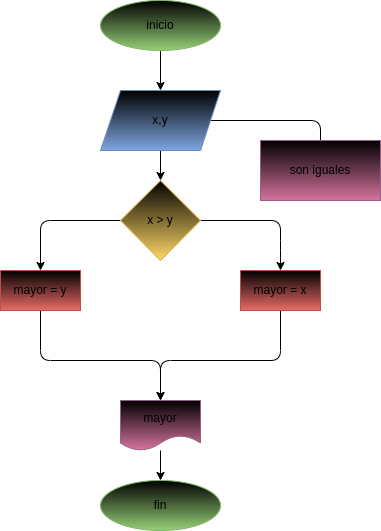
This is diagrama.png from GeorginaCarvajal/mayor_2enteros, a draw.io export, as it was before one commit. Source tidied: cells renumbered, new cells last; positions are measured from the earlier drawing's top-left corner, leaving out a move shared by most shapes.
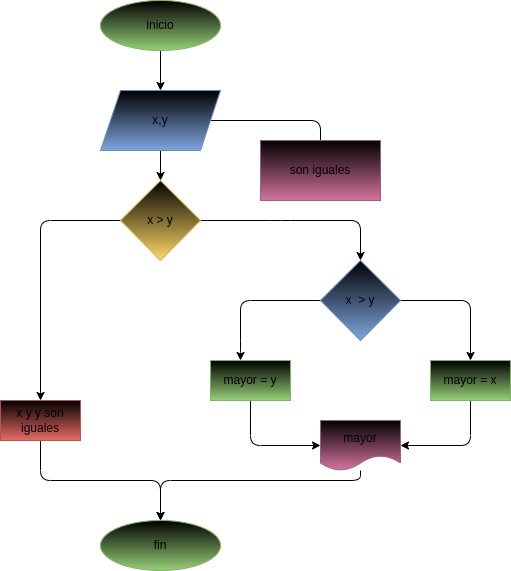
After the change.

Commit message:
se modifico el diagrama

What changed in the source:
```diff
@@ -26,12 +26,11 @@
     <mxCell id="6" value="x,y" style="shape=parallelogram;perimeter=parallelogramPerimeter;whiteSpace=wrap;html=1;fixedSize=1;fillColor=#000000;gradientColor=#7ea6e0;strokeColor=#6c8ebf;" parent="1" vertex="1">
       <mxGeometry x="100" y="90" width="120" height="60" as="geometry" />
     </mxCell>
-    <mxCell id="7" style="edgeStyle=none;html=1;" parent="1" edge="1" source="9">
+    <mxCell id="7" style="edgeStyle=none;html=1;" parent="1" edge="1" source="9" target="20">
       <mxGeometry relative="1" as="geometry">
-        <mxPoint x="280" y="270" as="targetPoint" />
         <Array as="points">
           <mxPoint x="280" y="220" />
-          <mxPoint x="280" y="250" />
+          <mxPoint x="360" y="220" />
         </Array>
       </mxGeometry>
     </mxCell>
@@ -45,41 +44,73 @@
     <mxCell id="9" value="x &amp;gt; y" style="rhombus;whiteSpace=wrap;html=1;fillColor=#000000;gradientColor=#ffd966;strokeColor=#d6b656;" parent="1" vertex="1">
       <mxGeometry x="120" y="180" width="80" height="80" as="geometry" />
     </mxCell>
-    <mxCell id="10" style="edgeStyle=none;html=1;" parent="1" edge="1" source="11">
+    <mxCell id="10" style="edgeStyle=none;html=1;" parent="1" edge="1">
       <mxGeometry relative="1" as="geometry">
-        <mxPoint x="160" y="400" as="targetPoint" />
+        <mxPoint x="320" y="300" as="sourcePoint" />
+        <mxPoint x="240" y="360" as="targetPoint" />
         <Array as="points">
-          <mxPoint x="280" y="360" />
-          <mxPoint x="160" y="360" />
+          <mxPoint x="240" y="300" />
+          <mxPoint x="240" y="350" />
         </Array>
       </mxGeometry>
     </mxCell>
-    <mxCell id="11" value="mayor = x" style="whiteSpace=wrap;html=1;fillColor=#000000;gradientColor=#ea6b66;strokeColor=#b85450;" parent="1" vertex="1">
-      <mxGeometry x="240" y="270" width="80" height="40" as="geometry" />
-    </mxCell>
-    <mxCell id="12" style="edgeStyle=none;html=1;" parent="1" edge="1" source="13">
-      <mxGeometry relative="1" as="geometry">
-        <mxPoint x="160" y="400" as="targetPoint" />
-        <Array as="points">
-          <mxPoint x="40" y="360" />
-          <mxPoint x="160" y="360" />
-        </Array>
-      </mxGeometry>
-    </mxCell>
+    <mxCell id="18" style="edgeStyle=none;html=1;entryX=0.5;entryY=0;entryDx=0;entryDy=0;" parent="1" edge="1" source="13" target="16">
+      <mxGeometry relative="1" as="geometry">
+        <Array as="points">
+          <mxPoint x="40" y="480" />
+          <mxPoint x="160" y="480" />
+        </Array>
+      </mxGeometry>
+    </mxCell>
-    <mxCell id="13" value="mayor = y" style="whiteSpace=wrap;html=1;fillColor=#000000;gradientColor=#ea6b66;strokeColor=#b85450;" parent="1" vertex="1">
-      <mxGeometry y="270" width="80" height="40" as="geometry" />
+    <mxCell id="13" value="x y y son iguales" style="whiteSpace=wrap;html=1;fillColor=#000000;gradientColor=#ea6b66;strokeColor=#b85450;" parent="1" vertex="1">
+      <mxGeometry y="400" width="80" height="40" as="geometry" />
     </mxCell>
     <mxCell id="14" style="edgeStyle=none;html=1;entryX=0.5;entryY=0;entryDx=0;entryDy=0;" parent="1" edge="1" source="15" target="16">
-      <mxGeometry relative="1" as="geometry" />
+      <mxGeometry relative="1" as="geometry">
+        <Array as="points">
+          <mxPoint x="360" y="480" />
+          <mxPoint x="160" y="480" />
+        </Array>
+      </mxGeometry>
     </mxCell>
     <mxCell id="15" value="mayor" style="shape=document;whiteSpace=wrap;html=1;boundedLbl=1;fillColor=#000000;gradientColor=#d5739d;strokeColor=#996185;" parent="1" vertex="1">
-      <mxGeometry x="120" y="400" width="80" height="50" as="geometry" />
+      <mxGeometry x="320" y="420" width="80" height="50" as="geometry" />
     </mxCell>
     <mxCell id="16" value="fin" style="ellipse;whiteSpace=wrap;html=1;fillColor=#000000;gradientColor=#97d077;strokeColor=#82b366;" parent="1" vertex="1">
-      <mxGeometry x="100" y="480" width="120" height="50" as="geometry" />
+      <mxGeometry x="100" y="520" width="120" height="50" as="geometry" />
     </mxCell>
     <mxCell id="17" value="son iguales" style="whiteSpace=wrap;html=1;fillColor=#000000;gradientColor=#d5739d;strokeColor=#996185;" parent="1" vertex="1">
       <mxGeometry x="260" y="140" width="120" height="60" as="geometry" />
     </mxCell>
+    <mxCell id="19" style="edgeStyle=none;html=1;entryX=0.5;entryY=0;entryDx=0;entryDy=0;" parent="1" edge="1" source="20" target="11">
+      <mxGeometry relative="1" as="geometry">
+        <Array as="points">
+          <mxPoint x="470" y="300" />
+        </Array>
+      </mxGeometry>
+    </mxCell>
+    <mxCell id="20" value="x&amp;nbsp; &amp;gt; y" style="rhombus;whiteSpace=wrap;html=1;fillColor=#000000;gradientColor=#7ea6e0;strokeColor=#6c8ebf;" parent="1" vertex="1">
+      <mxGeometry x="320" y="260" width="80" height="80" as="geometry" />
+    </mxCell>
+    <mxCell id="21" style="edgeStyle=none;html=1;entryX=0;entryY=0.5;entryDx=0;entryDy=0;" parent="1" edge="1" source="22" target="15">
+      <mxGeometry relative="1" as="geometry">
+        <Array as="points">
+          <mxPoint x="250" y="445" />
+        </Array>
+      </mxGeometry>
+    </mxCell>
+    <mxCell id="22" value="mayor = y" style="whiteSpace=wrap;html=1;fillColor=#000000;gradientColor=#97d077;strokeColor=#82b366;" parent="1" vertex="1">
+      <mxGeometry x="210" y="360" width="80" height="40" as="geometry" />
+    </mxCell>
+    <mxCell id="23" style="edgeStyle=none;html=1;entryX=1;entryY=0.5;entryDx=0;entryDy=0;" parent="1" edge="1" source="11" target="15">
+      <mxGeometry relative="1" as="geometry">
+        <Array as="points">
+          <mxPoint x="470" y="445" />
+        </Array>
+      </mxGeometry>
+    </mxCell>
+    <mxCell id="11" value="mayor = x" style="whiteSpace=wrap;html=1;fillColor=#000000;gradientColor=#97d077;strokeColor=#82b366;" parent="1" vertex="1">
+      <mxGeometry x="430" y="360" width="80" height="40" as="geometry" />
+    </mxCell>
   </root>
 </mxGraphModel>
```
